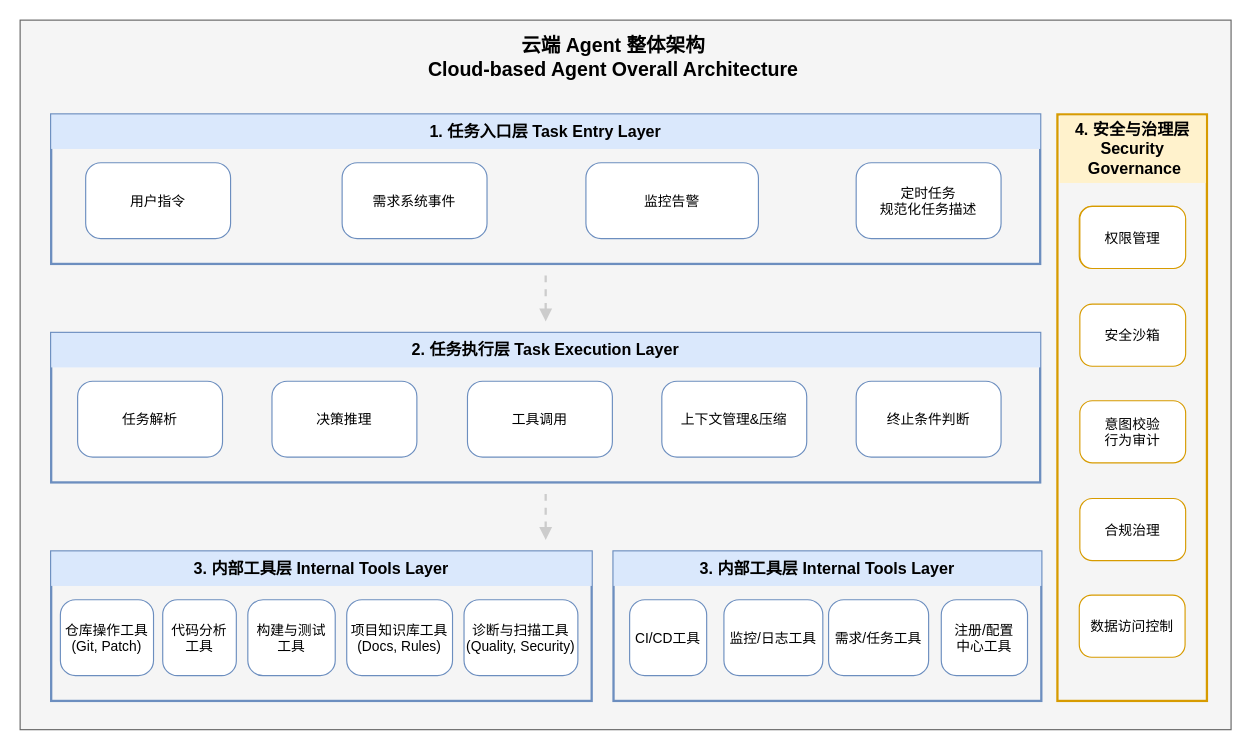
zakiis/zakiis.github.io keeps this draw.io diagram as drawio/cloud_agent.drawio. Above is the earlier version. Source tidied: cells renumbered, new cells numbered last; positions are measured from the earlier drawing's top-left corner, leaving out a move shared by most shapes. Both pictures are drawn from the tidied source at 115%, with x=0, y=0 at pixel (20, 20).
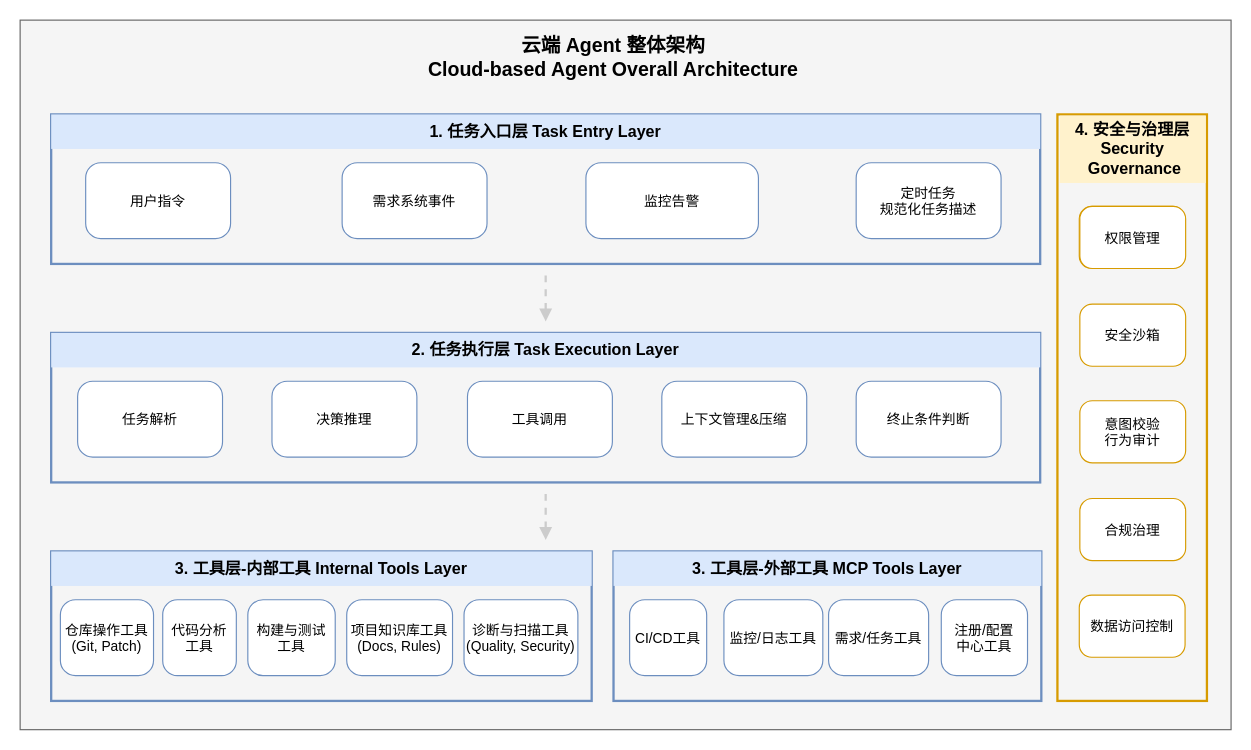
The same page after the edit.

Unchanged cells that the change refers to:
```xml
<mxCell id="3" style="group;" parent="1" vertex="1">
  <mxGeometry x="27" y="462" width="470" height="130" as="geometry" />
</mxCell>
<mxCell id="35" style="group;" parent="1" vertex="1">
  <mxGeometry x="516" y="462" width="372" height="130" as="geometry" />
</mxCell>
```

What changed in the source:
```diff
@@
-    <mxCell id="5" value="3. 内部工具层 Internal Tools Layer" style="text;html=1;strokeColor=none;fillColor=#dae8fc;align=center;verticalAlign=middle;whiteSpace=wrap;rounded=0;fontStyle=1;fontSize=14;strokeWidth=2;" parent="3" vertex="1">
+    <mxCell id="5" value="3. 工具层-内部工具 Internal Tools Layer" style="text;html=1;strokeColor=none;fillColor=#dae8fc;align=center;verticalAlign=middle;whiteSpace=wrap;rounded=0;fontStyle=1;fontSize=14;strokeWidth=2;" parent="3" vertex="1">
       <mxGeometry width="470" height="30" as="geometry" />
     </mxCell>
@@
-    <mxCell id="37" value="3. 内部工具层 Internal Tools Layer" style="text;html=1;strokeColor=none;fillColor=#dae8fc;align=center;verticalAlign=middle;whiteSpace=wrap;rounded=0;fontStyle=1;fontSize=14;strokeWidth=2;" parent="35" vertex="1">
+    <mxCell id="37" value="3. 工具层-外部工具 MCP Tools Layer" style="text;html=1;strokeColor=none;fillColor=#dae8fc;align=center;verticalAlign=middle;whiteSpace=wrap;rounded=0;fontStyle=1;fontSize=14;strokeWidth=2;" parent="35" vertex="1">
       <mxGeometry width="372" height="30" as="geometry" />
     </mxCell>
```
